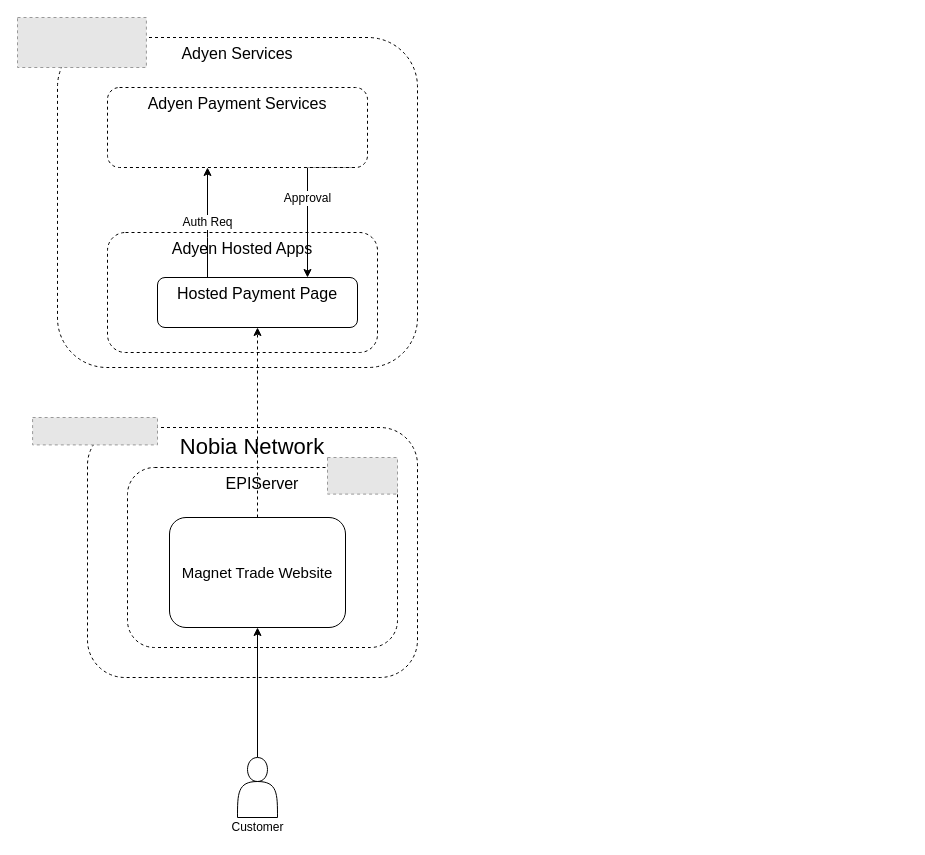
This is page "Web Payments" (7 of 7) of Adyen Details.drawio from mrf742002/Diagrams, a draw.io file, before an edit. Source tidied: cells renumbered, new cells numbered last; positions are measured from the earlier drawing's top-left corner, leaving out a move shared by most shapes. Both pictures are drawn from the tidied source at 100%, with x=0, y=0 at pixel (17, 17). Pictures stored in the file or linked from it are replaced by grey dashed boxes.
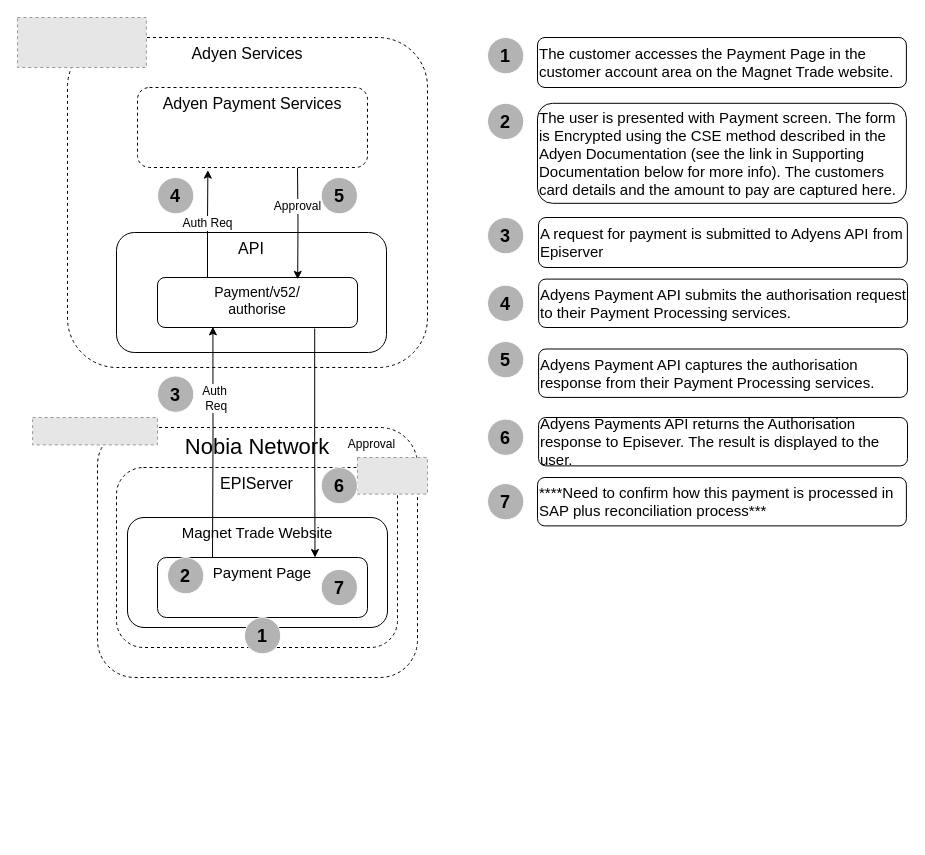
After the change.

What changed in the source:
```diff
@@
     <mxCell id="2" value="&lt;span style=&quot;font-size: 16px&quot;&gt;Adyen Services&lt;/span&gt;" style="rounded=1;whiteSpace=wrap;html=1;dashed=1;verticalAlign=top;" parent="1" vertex="1">
-      <mxGeometry x="40" y="20" width="360" height="330" as="geometry" />
+      <mxGeometry x="50" y="20" width="360" height="330" as="geometry" />
     </mxCell>
     <mxCell id="3" value="&lt;font style=&quot;font-size: 22px;&quot;&gt;Nobia Network&lt;/font&gt;" style="rounded=1;whiteSpace=wrap;html=1;dashed=1;verticalAlign=top;arcSize=15;fontSize=22;" parent="1" vertex="1">
-      <mxGeometry x="70" y="410" width="330" height="250" as="geometry" />
+      <mxGeometry x="80" y="410" width="320" height="250" as="geometry" />
     </mxCell>
-    <mxCell id="4" value="&lt;span style=&quot;font-size: 16px&quot;&gt;Adyen Hosted Apps&lt;/span&gt;" style="rounded=1;whiteSpace=wrap;html=1;dashed=1;verticalAlign=top;" parent="1" vertex="1">
-      <mxGeometry x="90" y="215" width="270" height="120" as="geometry" />
+    <mxCell id="4" value="&lt;span style=&quot;font-size: 16px&quot;&gt;API&lt;/span&gt;" style="rounded=1;whiteSpace=wrap;html=1;verticalAlign=top;" parent="1" vertex="1">
+      <mxGeometry x="99" y="215" width="270" height="120" as="geometry" />
     </mxCell>
     <mxCell id="5" value="&lt;font style=&quot;font-size: 16px&quot;&gt;EPIServer&lt;/font&gt;" style="rounded=1;whiteSpace=wrap;html=1;dashed=1;verticalAlign=top;" parent="1" vertex="1">
-      <mxGeometry x="110" y="450" width="270" height="180" as="geometry" />
+      <mxGeometry x="99" y="450" width="281" height="180" as="geometry" />
     </mxCell>
-    <mxCell id="6" value="Auth Req" style="edgeStyle=orthogonalEdgeStyle;rounded=0;jettySize=auto;html=1;exitX=0.25;exitY=0;exitDx=0;exitDy=0;fontSize=12;" parent="1" edge="1" source="8" target="11">
-      <mxGeometry relative="1" as="geometry">
-        <Array as="points">
-          <mxPoint x="190" y="220" />
-          <mxPoint x="190" y="220" />
-        </Array>
-      </mxGeometry>
+    <mxCell id="6" value="Auth Req" style="edgeStyle=orthogonalEdgeStyle;rounded=0;jettySize=auto;html=1;exitX=0.25;exitY=0;exitDx=0;exitDy=0;fontSize=12;entryX=0.306;entryY=1.033;entryDx=0;entryDy=0;entryPerimeter=0;" parent="1" edge="1" source="8" target="11">
+      <mxGeometry relative="1" as="geometry" />
     </mxCell>
-    <mxCell id="7" value="Approval" style="edgeStyle=orthogonalEdgeStyle;rounded=0;jettySize=auto;html=1;exitX=0.75;exitY=0;exitDx=0;exitDy=0;entryX=0.951;entryY=0.996;entryDx=0;entryDy=0;entryPerimeter=0;startArrow=classic;startFill=1;endArrow=none;endFill=0;fontSize=12;" parent="1" edge="1" source="8" target="11">
-      <mxGeometry relative="1" as="geometry">
-        <Array as="points">
-          <mxPoint x="290" y="150" />
-        </Array>
-      </mxGeometry>
-    </mxCell>
-    <mxCell id="8" value="&lt;span style=&quot;font-size: 16px&quot;&gt;Hosted Payment Page&lt;/span&gt;" style="rounded=1;whiteSpace=wrap;html=1;verticalAlign=top;" parent="1" vertex="1">
+    <mxCell id="8" value="&lt;span style=&quot;font-family: &amp;#34;fakt&amp;#34; , sans-serif , &amp;#34;helvetica&amp;#34; , &amp;#34;arial&amp;#34; ; font-size: 14px&quot;&gt;Payment/v52/&lt;/span&gt;&lt;br style=&quot;font-family: &amp;#34;fakt&amp;#34; , sans-serif , &amp;#34;helvetica&amp;#34; , &amp;#34;arial&amp;#34; ; font-size: 14px&quot;&gt;&lt;span style=&quot;font-family: &amp;#34;fakt&amp;#34; , sans-serif , &amp;#34;helvetica&amp;#34; , &amp;#34;arial&amp;#34; ; font-size: 14px&quot;&gt;authorise&lt;/span&gt;" style="rounded=1;whiteSpace=wrap;html=1;verticalAlign=top;" parent="1" vertex="1">
       <mxGeometry x="140" y="260" width="200" height="50" as="geometry" />
     </mxCell>
-    <mxCell id="9" style="edgeStyle=orthogonalEdgeStyle;rounded=0;jettySize=auto;html=1;exitX=0.5;exitY=0;exitDx=0;exitDy=0;dashed=1;" parent="1" edge="1" source="10" target="8">
-      <mxGeometry relative="1" as="geometry" />
-    </mxCell>
-    <mxCell id="10" value="&lt;font style=&quot;font-size: 15px&quot;&gt;Magnet Trade Website&lt;/font&gt;" style="rounded=1;whiteSpace=wrap;html=1;" parent="1" vertex="1">
-      <mxGeometry x="152" y="500" width="176" height="110" as="geometry" />
+    <mxCell id="10" value="&lt;font style=&quot;font-size: 15px&quot;&gt;Magnet Trade Website&lt;/font&gt;" style="rounded=1;whiteSpace=wrap;html=1;verticalAlign=top;" parent="1" vertex="1">
+      <mxGeometry x="110" y="500" width="260" height="110" as="geometry" />
     </mxCell>
+    <mxCell id="18" value="Approval" style="edgeStyle=orthogonalEdgeStyle;rounded=0;jettySize=auto;html=1;entryX=0.701;entryY=0.037;entryDx=0;entryDy=0;entryPerimeter=0;fontSize=12;" parent="1" edge="1" target="8">
+      <mxGeometry x="-0.29" relative="1" as="geometry">
+        <mxPoint x="280" y="150" as="sourcePoint" />
+        <mxPoint y="-1" as="offset" />
+      </mxGeometry>
+    </mxCell>
     <mxCell id="11" value="&lt;span style=&quot;font-size: 16px&quot;&gt;Adyen Payment Services&lt;/span&gt;" style="rounded=1;whiteSpace=wrap;html=1;dashed=1;verticalAlign=top;" parent="1" vertex="1">
-      <mxGeometry x="90" y="70" width="260" height="80" as="geometry" />
+      <mxGeometry x="120" y="70" width="230" height="80" as="geometry" />
     </mxCell>
@@
     <mxCell id="13" style="fillColor=#E6E6E6;strokeColor=#999999;dashed=1;verticalLabelPosition=bottom;labelBackgroundColor=#ffffff;verticalAlign=top;" parent="1" vertex="1">
-      <mxGeometry x="310" y="440" width="70" height="36.6" as="geometry" />
+      <mxGeometry x="340" y="440" width="70" height="36.6" as="geometry" />
     </mxCell>
@@
-    <mxCell id="15" style="edgeStyle=orthogonalEdgeStyle;rounded=0;jettySize=auto;html=1;exitX=0.5;exitY=0;exitDx=0;exitDy=0;startArrow=none;startFill=0;endArrow=classic;endFill=1;fontSize=12;" parent="1" edge="1" source="16" target="10">
-      <mxGeometry relative="1" as="geometry" />
-    </mxCell>
-    <mxCell id="16" style="shape=actor;whiteSpace=wrap;html=1;fontSize=12;" parent="1" vertex="1">
-      <mxGeometry x="220" y="740" width="40" height="60" as="geometry" />
-    </mxCell>
-    <mxCell id="17" value="Customer" style="text;html=1;align=center;verticalAlign=middle;fontSize=12;" parent="1" vertex="1">
-      <mxGeometry x="205" y="800" width="70" height="20" as="geometry" />
-    </mxCell>
+    <mxCell id="19" style="edgeStyle=orthogonalEdgeStyle;rounded=0;jettySize=auto;html=1;entryX=0.277;entryY=0.987;entryDx=0;entryDy=0;fontSize=12;entryPerimeter=0;" parent="1" edge="1" target="8">
+      <mxGeometry relative="1" as="geometry">
+        <mxPoint x="195" y="540" as="sourcePoint" />
+      </mxGeometry>
+    </mxCell>
+    <mxCell id="20" value="Auth&lt;br&gt;&amp;nbsp;Req" style="edgeLabel;html=1;align=center;verticalAlign=middle;fontSize=12;" parent="19" vertex="1">
+      <mxGeometry x="0.39" y="-1" relative="1" as="geometry" />
+    </mxCell>
+    <mxCell id="21" value="&lt;font style=&quot;font-size: 15px&quot;&gt;Payment Page&lt;/font&gt;" style="rounded=1;whiteSpace=wrap;html=1;verticalAlign=top;" parent="1" vertex="1">
+      <mxGeometry x="140" y="540" width="210" height="60" as="geometry" />
+    </mxCell>
+    <mxCell id="22" value="Approval" style="edgeStyle=orthogonalEdgeStyle;rounded=0;jettySize=auto;html=1;entryX=0.75;entryY=0;entryDx=0;entryDy=0;fontSize=12;exitX=0.786;exitY=1.02;exitDx=0;exitDy=0;exitPerimeter=0;" parent="1" edge="1" source="8" target="21">
+      <mxGeometry y="56" relative="1" as="geometry">
+        <mxPoint y="1" as="offset" />
+      </mxGeometry>
+    </mxCell>
+    <mxCell id="23" value="&lt;span style=&quot;font-size: 18px&quot;&gt;&lt;b&gt;1&lt;/b&gt;&lt;/span&gt;" style="ellipse;whiteSpace=wrap;html=1;strokeColor=#FFFFFF;fillColor=#B3B3B3;fontSize=20;" parent="1" vertex="1">
+      <mxGeometry x="470" y="20" width="36.3" height="36.3" as="geometry" />
+    </mxCell>
+    <mxCell id="24" value="The customer accesses the Payment Page in the customer account area on the Magnet Trade website." style="rounded=1;whiteSpace=wrap;html=1;align=left;fontSize=15;" parent="1" vertex="1">
+      <mxGeometry x="520" y="20" width="368.9" height="50" as="geometry" />
+    </mxCell>
+    <mxCell id="25" value="&lt;span style=&quot;font-size: 18px&quot;&gt;&lt;b&gt;2&lt;/b&gt;&lt;/span&gt;" style="ellipse;whiteSpace=wrap;html=1;strokeColor=#FFFFFF;fillColor=#B3B3B3;fontSize=20;" parent="1" vertex="1">
+      <mxGeometry x="470" y="85.8" width="36.3" height="36.3" as="geometry" />
+    </mxCell>
+    <mxCell id="26" value="The user is presented with Payment screen. The form is Encrypted using the CSE method described in the Adyen Documentation (see the link in Supporting Documentation below for more info). The customers card details and the amount to pay are captured here." style="rounded=1;whiteSpace=wrap;html=1;align=left;fontSize=15;" parent="1" vertex="1">
+      <mxGeometry x="520" y="85.8" width="368.9" height="100" as="geometry" />
+    </mxCell>
+    <mxCell id="27" value="A request for payment is submitted to Adyens API from Episerver" style="rounded=1;whiteSpace=wrap;html=1;align=left;fontSize=15;" parent="1" vertex="1">
+      <mxGeometry x="521" y="200" width="368.9" height="50" as="geometry" />
+    </mxCell>
+    <mxCell id="28" value="&lt;span style=&quot;font-size: 18px&quot;&gt;&lt;b&gt;3&lt;/b&gt;&lt;/span&gt;" style="ellipse;whiteSpace=wrap;html=1;strokeColor=#FFFFFF;fillColor=#B3B3B3;fontSize=20;" parent="1" vertex="1">
+      <mxGeometry x="470" y="200" width="36.3" height="36.3" as="geometry" />
+    </mxCell>
+    <mxCell id="29" value="&lt;span style=&quot;font-size: 18px&quot;&gt;&lt;b&gt;4&lt;/b&gt;&lt;/span&gt;" style="ellipse;whiteSpace=wrap;html=1;strokeColor=#FFFFFF;fillColor=#B3B3B3;fontSize=20;" parent="1" vertex="1">
+      <mxGeometry x="470" y="267.7" width="36.3" height="36.3" as="geometry" />
+    </mxCell>
+    <mxCell id="30" value="Adyens Payment API submits the authorisation request to their Payment Processing services." style="rounded=1;whiteSpace=wrap;html=1;align=left;fontSize=15;" parent="1" vertex="1">
+      <mxGeometry x="521.1" y="261.6" width="368.9" height="48.4" as="geometry" />
+    </mxCell>
+    <mxCell id="31" value="&lt;span style=&quot;font-size: 18px&quot;&gt;&lt;b&gt;5&lt;/b&gt;&lt;/span&gt;" style="ellipse;whiteSpace=wrap;html=1;strokeColor=#FFFFFF;fillColor=#B3B3B3;fontSize=20;" parent="1" vertex="1">
+      <mxGeometry x="470" y="324" width="36.3" height="36.3" as="geometry" />
+    </mxCell>
+    <mxCell id="32" value="Adyens Payment API captures the authorisation response from their Payment Processing services." style="rounded=1;whiteSpace=wrap;html=1;align=left;fontSize=15;" parent="1" vertex="1">
+      <mxGeometry x="521.1" y="331.5" width="368.9" height="48.4" as="geometry" />
+    </mxCell>
+    <mxCell id="33" value="Adyens Payments API returns the Authorisation response to Episever. The result is displayed to the user." style="rounded=1;whiteSpace=wrap;html=1;align=left;fontSize=15;" parent="1" vertex="1">
+      <mxGeometry x="521.1" y="400" width="368.9" height="48.4" as="geometry" />
+    </mxCell>
+    <mxCell id="34" value="&lt;span style=&quot;font-size: 18px&quot;&gt;&lt;b&gt;6&lt;/b&gt;&lt;/span&gt;" style="ellipse;whiteSpace=wrap;html=1;strokeColor=#FFFFFF;fillColor=#B3B3B3;fontSize=20;" parent="1" vertex="1">
+      <mxGeometry x="470" y="401.6" width="36.3" height="36.3" as="geometry" />
+    </mxCell>
+    <mxCell id="35" value="&lt;span style=&quot;font-size: 18px&quot;&gt;&lt;b&gt;7&lt;/b&gt;&lt;/span&gt;" style="ellipse;whiteSpace=wrap;html=1;strokeColor=#FFFFFF;fillColor=#B3B3B3;fontSize=20;" parent="1" vertex="1">
+      <mxGeometry x="470" y="466" width="36.3" height="36.3" as="geometry" />
+    </mxCell>
+    <mxCell id="36" value="****Need to confirm how this payment is processed in SAP plus reconciliation process***" style="rounded=1;whiteSpace=wrap;html=1;align=left;fontSize=15;" parent="1" vertex="1">
+      <mxGeometry x="520" y="460" width="368.9" height="48.4" as="geometry" />
+    </mxCell>
+    <mxCell id="37" value="&lt;span style=&quot;font-size: 18px&quot;&gt;&lt;b&gt;1&lt;/b&gt;&lt;/span&gt;" style="ellipse;whiteSpace=wrap;html=1;strokeColor=#FFFFFF;fillColor=#B3B3B3;fontSize=20;" parent="1" vertex="1">
+      <mxGeometry x="226.9" y="600" width="36.3" height="36.3" as="geometry" />
+    </mxCell>
+    <mxCell id="38" value="&lt;span style=&quot;font-size: 18px&quot;&gt;&lt;b&gt;2&lt;/b&gt;&lt;/span&gt;" style="ellipse;whiteSpace=wrap;html=1;strokeColor=#FFFFFF;fillColor=#B3B3B3;fontSize=20;" parent="1" vertex="1">
+      <mxGeometry x="150" y="540" width="36.3" height="36.3" as="geometry" />
+    </mxCell>
+    <mxCell id="39" value="&lt;span style=&quot;font-size: 18px&quot;&gt;&lt;b&gt;3&lt;/b&gt;&lt;/span&gt;" style="ellipse;whiteSpace=wrap;html=1;strokeColor=#FFFFFF;fillColor=#B3B3B3;fontSize=20;" parent="1" vertex="1">
+      <mxGeometry x="140" y="358.5" width="36.3" height="36.3" as="geometry" />
+    </mxCell>
+    <mxCell id="40" value="&lt;span style=&quot;font-size: 18px&quot;&gt;&lt;b&gt;4&lt;/b&gt;&lt;/span&gt;" style="ellipse;whiteSpace=wrap;html=1;strokeColor=#FFFFFF;fillColor=#B3B3B3;fontSize=20;" parent="1" vertex="1">
+      <mxGeometry x="140" y="160" width="36.3" height="36.3" as="geometry" />
+    </mxCell>
+    <mxCell id="41" value="&lt;span style=&quot;font-size: 18px&quot;&gt;&lt;b&gt;5&lt;/b&gt;&lt;/span&gt;" style="ellipse;whiteSpace=wrap;html=1;strokeColor=#FFFFFF;fillColor=#B3B3B3;fontSize=20;" parent="1" vertex="1">
+      <mxGeometry x="303.7" y="160" width="36.3" height="36.3" as="geometry" />
+    </mxCell>
+    <mxCell id="42" value="&lt;span style=&quot;font-size: 18px&quot;&gt;&lt;b&gt;6&lt;/b&gt;&lt;/span&gt;" style="ellipse;whiteSpace=wrap;html=1;strokeColor=#FFFFFF;fillColor=#B3B3B3;fontSize=20;" parent="1" vertex="1">
+      <mxGeometry x="303.7" y="450" width="36.3" height="36.3" as="geometry" />
+    </mxCell>
+    <mxCell id="43" value="&lt;span style=&quot;font-size: 18px&quot;&gt;&lt;b&gt;7&lt;/b&gt;&lt;/span&gt;" style="ellipse;whiteSpace=wrap;html=1;strokeColor=#FFFFFF;fillColor=#B3B3B3;fontSize=20;" parent="1" vertex="1">
+      <mxGeometry x="303.7" y="551.9" width="36.3" height="36.3" as="geometry" />
+    </mxCell>
```
